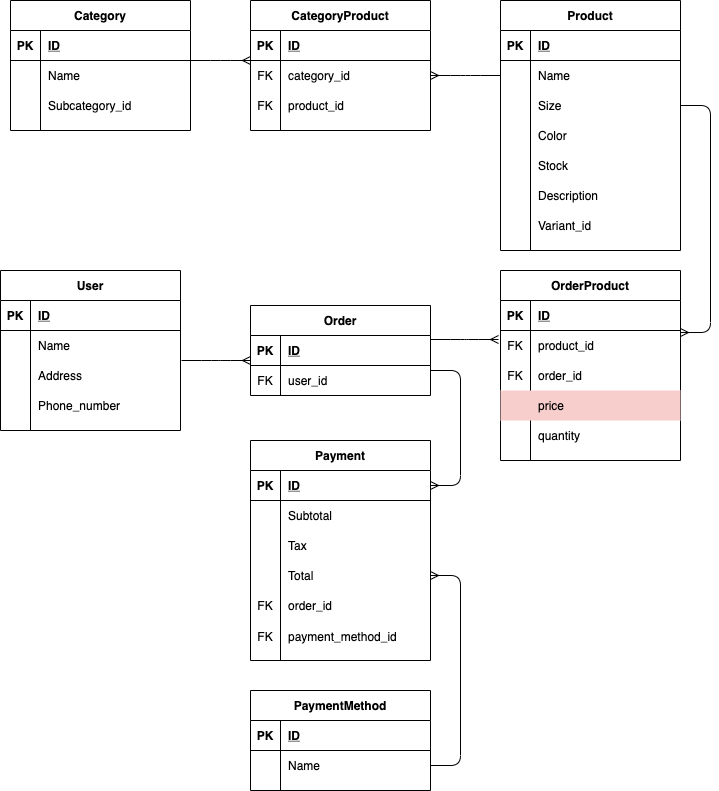
The draw.io diagram Ecommerce.png in fvargasserani/ecommerce, before a commit. Source tidied: cells renumbered, new cells last; positions are measured from the earlier drawing's top-left corner, leaving out a move shared by most shapes.
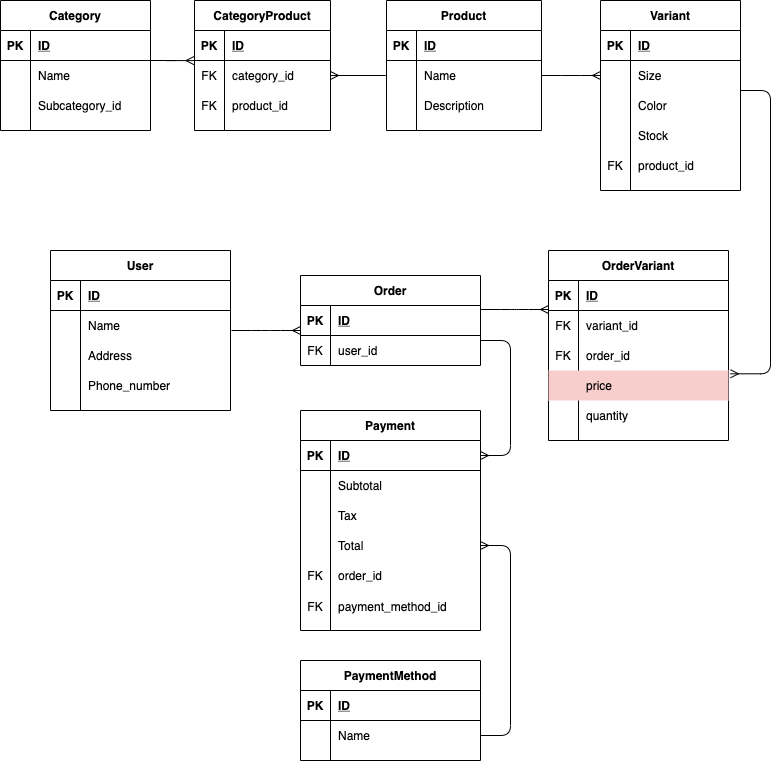
Above is the later version.

What changed in the source:
```diff
@@ -3,130 +3,96 @@
     <mxCell id="0" />
     <mxCell id="1" parent="0" />
     <mxCell id="2" value="Category" style="shape=table;startSize=30;rowLines=0;fontStyle=1;align=center;" parent="1" vertex="1">
-      <mxGeometry x="10" width="180" height="130" as="geometry" />
+      <mxGeometry x="-50" y="30" width="150" height="130" as="geometry" />
     </mxCell>
     <mxCell id="3" style="shape=partialRectangle;fillColor=none;top=0;left=0;bottom=1;right=0;" parent="2" vertex="1">
-      <mxGeometry y="30" width="180" height="30" as="geometry" />
+      <mxGeometry y="30" width="150" height="30" as="geometry" />
     </mxCell>
     <mxCell id="4" value="PK" style="shape=partialRectangle;fillColor=none;top=0;left=0;bottom=0;right=0;fontStyle=1;overflow=hidden;" parent="3" vertex="1">
       <mxGeometry width="30" height="30" as="geometry" />
     </mxCell>
     <mxCell id="5" value="ID" style="shape=partialRectangle;fillColor=none;top=0;left=0;bottom=0;right=0;align=left;spacingLeft=6;fontStyle=5;overflow=hidden;" parent="3" vertex="1">
-      <mxGeometry x="30" width="150" height="30" as="geometry" />
+      <mxGeometry x="30" width="120" height="30" as="geometry" />
     </mxCell>
     <mxCell id="6" style="shape=partialRectangle;fillColor=none;top=0;left=0;bottom=0;right=0;" parent="2" vertex="1">
-      <mxGeometry y="60" width="180" height="30" as="geometry" />
+      <mxGeometry y="60" width="150" height="30" as="geometry" />
     </mxCell>
     <mxCell id="7" style="shape=partialRectangle;fillColor=none;top=0;left=0;bottom=0;right=0;overflow=hidden;" parent="6" vertex="1">
       <mxGeometry width="30" height="30" as="geometry" />
     </mxCell>
     <mxCell id="8" value="Name" style="shape=partialRectangle;fillColor=none;top=0;left=0;bottom=0;right=0;align=left;spacingLeft=6;overflow=hidden;" parent="6" vertex="1">
-      <mxGeometry x="30" width="150" height="30" as="geometry" />
+      <mxGeometry x="30" width="120" height="30" as="geometry" />
     </mxCell>
     <mxCell id="9" value="CategoryProduct" style="shape=table;startSize=30;rowLines=0;fontStyle=1;align=center;" parent="1" vertex="1">
-      <mxGeometry x="250" width="180" height="130" as="geometry" />
+      <mxGeometry x="144" y="30" width="136" height="130" as="geometry" />
     </mxCell>
     <mxCell id="10" style="shape=partialRectangle;fillColor=none;top=0;left=0;bottom=1;right=0;" parent="9" vertex="1">
-      <mxGeometry y="30" width="180" height="30" as="geometry" />
+      <mxGeometry y="30" width="136" height="30" as="geometry" />
     </mxCell>
     <mxCell id="11" value="PK" style="shape=partialRectangle;fillColor=none;top=0;left=0;bottom=0;right=0;fontStyle=1;overflow=hidden;" parent="10" vertex="1">
       <mxGeometry width="30" height="30" as="geometry" />
     </mxCell>
     <mxCell id="12" value="ID" style="shape=partialRectangle;fillColor=none;top=0;left=0;bottom=0;right=0;align=left;spacingLeft=6;fontStyle=5;overflow=hidden;" parent="10" vertex="1">
-      <mxGeometry x="30" width="150" height="30" as="geometry" />
+      <mxGeometry x="30" width="106" height="30" as="geometry" />
     </mxCell>
     <mxCell id="13" style="shape=partialRectangle;fillColor=none;top=0;left=0;bottom=0;right=0;points=[[0,0.5],[1,0.5]];portConstraint=eastwest;" parent="9" vertex="1">
-      <mxGeometry y="60" width="180" height="30" as="geometry" />
+      <mxGeometry y="60" width="136" height="30" as="geometry" />
     </mxCell>
     <mxCell id="14" value="FK" style="shape=partialRectangle;fillColor=none;top=0;left=0;bottom=0;right=0;overflow=hidden;" parent="13" vertex="1">
       <mxGeometry width="30" height="30" as="geometry" />
     </mxCell>
     <mxCell id="15" value="category_id" style="shape=partialRectangle;fillColor=none;top=0;left=0;bottom=0;right=0;align=left;spacingLeft=6;overflow=hidden;" parent="13" vertex="1">
-      <mxGeometry x="30" width="150" height="30" as="geometry" />
+      <mxGeometry x="30" width="106" height="30" as="geometry" />
     </mxCell>
     <mxCell id="16" style="shape=partialRectangle;fillColor=none;top=0;left=0;bottom=0;right=0;" parent="9" vertex="1">
-      <mxGeometry y="90" width="180" height="30" as="geometry" />
+      <mxGeometry y="90" width="136" height="30" as="geometry" />
     </mxCell>
     <mxCell id="17" value="FK" style="shape=partialRectangle;fillColor=none;top=0;left=0;bottom=0;right=0;overflow=hidden;" parent="16" vertex="1">
       <mxGeometry width="30" height="30" as="geometry" />
     </mxCell>
     <mxCell id="18" value="product_id" style="shape=partialRectangle;fillColor=none;top=0;left=0;bottom=0;right=0;align=left;spacingLeft=6;overflow=hidden;" parent="16" vertex="1">
-      <mxGeometry x="30" width="150" height="30" as="geometry" />
+      <mxGeometry x="30" width="106" height="30" as="geometry" />
     </mxCell>
     <mxCell id="19" value="Product" style="shape=table;startSize=30;rowLines=0;fontStyle=1;align=center;" parent="1" vertex="1">
-      <mxGeometry x="500" width="180" height="250" as="geometry" />
+      <mxGeometry x="336" y="30" width="155" height="130" as="geometry" />
     </mxCell>
     <mxCell id="20" style="shape=partialRectangle;fillColor=none;top=0;left=0;bottom=1;right=0;" parent="19" vertex="1">
-      <mxGeometry y="30" width="180" height="30" as="geometry" />
+      <mxGeometry y="30" width="155" height="30" as="geometry" />
     </mxCell>
     <mxCell id="21" value="PK" style="shape=partialRectangle;fillColor=none;top=0;left=0;bottom=0;right=0;fontStyle=1;overflow=hidden;" parent="20" vertex="1">
       <mxGeometry width="30" height="30" as="geometry" />
     </mxCell>
     <mxCell id="22" value="ID" style="shape=partialRectangle;fillColor=none;top=0;left=0;bottom=0;right=0;align=left;spacingLeft=6;fontStyle=5;overflow=hidden;" parent="20" vertex="1">
-      <mxGeometry x="30" width="150" height="30" as="geometry" />
+      <mxGeometry x="30" width="125" height="30" as="geometry" />
     </mxCell>
     <mxCell id="23" style="shape=partialRectangle;fillColor=none;top=0;left=0;bottom=0;right=0;points=[[0,0.5],[1,0.5]];portConstraint=eastwest;" parent="19" vertex="1">
-      <mxGeometry y="60" width="180" height="30" as="geometry" />
+      <mxGeometry y="60" width="155" height="30" as="geometry" />
     </mxCell>
     <mxCell id="24" style="shape=partialRectangle;fillColor=none;top=0;left=0;bottom=0;right=0;overflow=hidden;" parent="23" vertex="1">
       <mxGeometry width="30" height="30" as="geometry" />
     </mxCell>
     <mxCell id="25" value="Name" style="shape=partialRectangle;fillColor=none;top=0;left=0;bottom=0;right=0;align=left;spacingLeft=6;overflow=hidden;" parent="23" vertex="1">
-      <mxGeometry x="30" width="150" height="30" as="geometry" />
+      <mxGeometry x="30" width="125" height="30" as="geometry" />
     </mxCell>
-    <mxCell id="26" style="shape=partialRectangle;fillColor=none;top=0;left=0;bottom=0;right=0;points=[[0,0.5],[1,0.5]];portConstraint=eastwest;" parent="19" vertex="1">
-      <mxGeometry y="90" width="180" height="30" as="geometry" />
-    </mxCell>
-    <mxCell id="27" style="shape=partialRectangle;fillColor=none;top=0;left=0;bottom=0;right=0;overflow=hidden;" parent="26" vertex="1">
-      <mxGeometry width="30" height="30" as="geometry" />
-    </mxCell>
-    <mxCell id="28" value="Size" style="shape=partialRectangle;fillColor=none;top=0;left=0;bottom=0;right=0;align=left;spacingLeft=6;overflow=hidden;" parent="26" vertex="1">
-      <mxGeometry x="30" width="150" height="30" as="geometry" />
-    </mxCell>
-    <mxCell id="29" style="shape=partialRectangle;fillColor=none;top=0;left=0;bottom=0;right=0;" parent="19" vertex="1">
-      <mxGeometry y="120" width="180" height="30" as="geometry" />
-    </mxCell>
-    <mxCell id="30" style="shape=partialRectangle;fillColor=none;top=0;left=0;bottom=0;right=0;overflow=hidden;" parent="29" vertex="1">
-      <mxGeometry width="30" height="30" as="geometry" />
-    </mxCell>
-    <mxCell id="31" value="Color" style="shape=partialRectangle;fillColor=none;top=0;left=0;bottom=0;right=0;align=left;spacingLeft=6;overflow=hidden;" parent="29" vertex="1">
-      <mxGeometry x="30" width="150" height="30" as="geometry" />
-    </mxCell>
-    <mxCell id="32" style="shape=partialRectangle;fillColor=none;top=0;left=0;bottom=0;right=0;" parent="19" vertex="1">
-      <mxGeometry y="150" width="180" height="30" as="geometry" />
-    </mxCell>
-    <mxCell id="33" style="shape=partialRectangle;fillColor=none;top=0;left=0;bottom=0;right=0;overflow=hidden;" parent="32" vertex="1">
-      <mxGeometry width="30" height="30" as="geometry" />
-    </mxCell>
-    <mxCell id="34" value="Stock" style="shape=partialRectangle;fillColor=none;top=0;left=0;bottom=0;right=0;align=left;spacingLeft=6;overflow=hidden;" parent="32" vertex="1">
-      <mxGeometry x="30" width="150" height="30" as="geometry" />
-    </mxCell>
     <mxCell id="35" style="shape=partialRectangle;fillColor=none;top=0;left=0;bottom=0;right=0;" parent="19" vertex="1">
-      <mxGeometry y="180" width="180" height="30" as="geometry" />
+      <mxGeometry y="90" width="155" height="30" as="geometry" />
     </mxCell>
     <mxCell id="36" style="shape=partialRectangle;fillColor=none;top=0;left=0;bottom=0;right=0;overflow=hidden;" parent="35" vertex="1">
       <mxGeometry width="30" height="30" as="geometry" />
     </mxCell>
     <mxCell id="37" value="Description" style="shape=partialRectangle;fillColor=none;top=0;left=0;bottom=0;right=0;align=left;spacingLeft=6;overflow=hidden;" parent="35" vertex="1">
-      <mxGeometry x="30" width="150" height="30" as="geometry" />
+      <mxGeometry x="30" width="125" height="30" as="geometry" />
     </mxCell>
-    <mxCell id="38" style="shape=partialRectangle;fillColor=none;top=0;left=0;bottom=0;right=0;" parent="19" vertex="1">
-      <mxGeometry y="210" width="180" height="30" as="geometry" />
-    </mxCell>
-    <mxCell id="39" style="shape=partialRectangle;fillColor=none;top=0;left=0;bottom=0;right=0;overflow=hidden;" parent="38" vertex="1">
-      <mxGeometry width="30" height="30" as="geometry" />
-    </mxCell>
-    <mxCell id="40" value="Variant_id" style="shape=partialRectangle;fillColor=none;top=0;left=0;bottom=0;right=0;align=left;spacingLeft=6;overflow=hidden;" parent="38" vertex="1">
-      <mxGeometry x="30" width="150" height="30" as="geometry" />
-    </mxCell>
-    <mxCell id="41" style="edgeStyle=entityRelationEdgeStyle;fontSize=12;html=1;endArrow=ERmany;" parent="1" edge="1">
+    <mxCell id="41" style="edgeStyle=entityRelationEdgeStyle;fontSize=12;html=1;endArrow=ERmany;entryX=-0.004;entryY=1.004;entryDx=0;entryDy=0;entryPerimeter=0;" parent="1" edge="1">
       <mxGeometry relative="1" as="geometry">
-        <mxPoint x="190" y="60" as="sourcePoint" />
-        <mxPoint x="250" y="60" as="targetPoint" />
+        <mxPoint x="100" y="90" as="sourcePoint" />
+        <mxPoint x="143.4" y="90.1" as="targetPoint" />
       </mxGeometry>
     </mxCell>
-    <mxCell id="42" style="edgeStyle=entityRelationEdgeStyle;fontSize=12;html=1;endArrow=ERmany;exitX=0;exitY=0.5;exitDx=0;exitDy=0;entryX=1;entryY=0.5;entryDx=0;entryDy=0;" parent="1" edge="1" source="23" target="13">
-      <mxGeometry relative="1" as="geometry" />
+    <mxCell id="42" style="edgeStyle=entityRelationEdgeStyle;fontSize=12;html=1;endArrow=ERmany;entryX=1;entryY=0.5;entryDx=0;entryDy=0;" parent="1" edge="1" target="13">
+      <mxGeometry relative="1" as="geometry">
+        <mxPoint x="310" y="105" as="sourcePoint" />
+      </mxGeometry>
     </mxCell>
     <mxCell id="43" value="Order" style="shape=table;startSize=30;rowLines=0;fontStyle=1;align=center;" parent="1" vertex="1">
       <mxGeometry x="250" y="305" width="180" height="90" as="geometry" />
@@ -149,8 +115,8 @@
     <mxCell id="49" style="shape=partialRectangle;fillColor=none;top=0;left=0;bottom=0;right=0;align=left;spacingLeft=6;overflow=hidden;" parent="47" vertex="1">
       <mxGeometry x="30" width="150" height="30" as="geometry" />
     </mxCell>
-    <mxCell id="50" value="OrderProduct" style="shape=table;startSize=30;rowLines=0;fontStyle=1;align=center;" parent="1" vertex="1">
-      <mxGeometry x="500" y="270" width="180" height="190" as="geometry" />
+    <mxCell id="50" value="OrderVariant" style="shape=table;startSize=30;rowLines=0;fontStyle=1;align=center;" parent="1" vertex="1">
+      <mxGeometry x="498" y="280" width="180" height="190" as="geometry" />
     </mxCell>
     <mxCell id="51" style="shape=partialRectangle;fillColor=none;top=0;left=0;bottom=1;right=0;points=[[0,0.5],[1,0.5]];portConstraint=eastwest;" parent="50" vertex="1">
       <mxGeometry y="30" width="180" height="30" as="geometry" />
@@ -167,7 +133,7 @@
     <mxCell id="55" value="FK" style="shape=partialRectangle;fillColor=none;top=0;left=0;bottom=0;right=0;overflow=hidden;" parent="54" vertex="1">
       <mxGeometry width="30" height="30" as="geometry" />
     </mxCell>
-    <mxCell id="56" value="product_id" style="shape=partialRectangle;fillColor=none;top=0;left=0;bottom=0;right=0;align=left;spacingLeft=6;overflow=hidden;" parent="54" vertex="1">
+    <mxCell id="56" value="variant_id" style="shape=partialRectangle;fillColor=none;top=0;left=0;bottom=0;right=0;align=left;spacingLeft=6;overflow=hidden;" parent="54" vertex="1">
       <mxGeometry x="30" width="150" height="30" as="geometry" />
     </mxCell>
     <mxCell id="57" style="shape=partialRectangle;fillColor=none;top=0;left=0;bottom=0;right=0;" parent="50" vertex="1">
@@ -203,14 +169,16 @@
         <mxPoint x="498" y="339" as="targetPoint" />
       </mxGeometry>
     </mxCell>
-    <mxCell id="67" style="edgeStyle=entityRelationEdgeStyle;fontSize=12;html=1;endArrow=ERmany;exitX=1;exitY=0.5;exitDx=0;exitDy=0;entryX=1;entryY=1.067;entryDx=0;entryDy=0;entryPerimeter=0;" parent="1" edge="1" source="26" target="51">
-      <mxGeometry relative="1" as="geometry" />
+    <mxCell id="67" style="edgeStyle=entityRelationEdgeStyle;fontSize=12;html=1;endArrow=ERmany;exitX=1;exitY=0.5;exitDx=0;exitDy=0;" parent="1" edge="1" source="23">
+      <mxGeometry relative="1" as="geometry">
+        <mxPoint x="550" y="105" as="targetPoint" />
+      </mxGeometry>
     </mxCell>
     <mxCell id="68" value="Subcategory_id" style="shape=partialRectangle;fillColor=none;top=0;left=0;bottom=0;right=0;align=left;spacingLeft=6;overflow=hidden;" parent="1" vertex="1">
-      <mxGeometry x="40" y="90" width="150" height="30" as="geometry" />
+      <mxGeometry x="-20" y="120" width="150" height="30" as="geometry" />
     </mxCell>
     <mxCell id="69" value="User" style="shape=table;startSize=30;rowLines=0;fontStyle=1;align=center;" parent="1" vertex="1">
-      <mxGeometry y="270" width="180" height="160" as="geometry" />
+      <mxGeometry y="280" width="180" height="160" as="geometry" />
     </mxCell>
     <mxCell id="70" style="shape=partialRectangle;fillColor=none;top=0;left=0;bottom=1;right=0;" parent="69" vertex="1">
       <mxGeometry y="30" width="180" height="30" as="geometry" />
@@ -251,8 +219,9 @@
     <mxCell id="82" value="user_id" style="shape=partialRectangle;fillColor=none;top=0;left=0;bottom=0;right=0;align=left;spacingLeft=6;overflow=hidden;" parent="1" vertex="1">
       <mxGeometry x="280" y="365" width="150" height="30" as="geometry" />
     </mxCell>
-    <mxCell id="83" style="edgeStyle=entityRelationEdgeStyle;fontSize=12;html=1;endArrow=ERmany;exitX=1.006;exitY=0;exitDx=0;exitDy=0;exitPerimeter=0;" parent="1" edge="1" source="76">
+    <mxCell id="83" style="edgeStyle=entityRelationEdgeStyle;fontSize=12;html=1;endArrow=ERmany;" parent="1" edge="1">
       <mxGeometry relative="1" as="geometry">
+        <mxPoint x="181" y="360" as="sourcePoint" />
         <mxPoint x="250" y="360" as="targetPoint" />
       </mxGeometry>
     </mxCell>
@@ -336,5 +305,55 @@
     <mxCell id="109" value="FK" style="shape=partialRectangle;fillColor=none;top=0;left=0;bottom=0;right=0;overflow=hidden;" parent="1" vertex="1">
       <mxGeometry x="250" y="621" width="30" height="30" as="geometry" />
     </mxCell>
+    <mxCell id="110" value="Variant" style="shape=table;startSize=30;rowLines=0;fontStyle=1;align=center;" parent="1" vertex="1">
+      <mxGeometry x="550" y="30" width="140" height="190" as="geometry" />
+    </mxCell>
+    <mxCell id="111" style="shape=partialRectangle;fillColor=none;top=0;left=0;bottom=1;right=0;" parent="110" vertex="1">
+      <mxGeometry y="30" width="140" height="30" as="geometry" />
+    </mxCell>
+    <mxCell id="112" value="PK" style="shape=partialRectangle;fillColor=none;top=0;left=0;bottom=0;right=0;fontStyle=1;overflow=hidden;" parent="111" vertex="1">
+      <mxGeometry width="30" height="30" as="geometry" />
+    </mxCell>
+    <mxCell id="113" value="ID" style="shape=partialRectangle;fillColor=none;top=0;left=0;bottom=0;right=0;align=left;spacingLeft=6;fontStyle=5;overflow=hidden;" parent="111" vertex="1">
+      <mxGeometry x="30" width="110" height="30" as="geometry" />
+    </mxCell>
+    <mxCell id="114" style="shape=partialRectangle;fillColor=none;top=0;left=0;bottom=0;right=0;" parent="110" vertex="1">
+      <mxGeometry y="60" width="140" height="30" as="geometry" />
+    </mxCell>
+    <mxCell id="115" style="shape=partialRectangle;fillColor=none;top=0;left=0;bottom=0;right=0;overflow=hidden;" parent="114" vertex="1">
+      <mxGeometry width="30" height="30" as="geometry" />
+    </mxCell>
+    <mxCell id="28" value="Size" style="shape=partialRectangle;fillColor=none;top=0;left=0;bottom=0;right=0;align=left;spacingLeft=6;overflow=hidden;" parent="114" vertex="1">
+      <mxGeometry x="30" width="110" height="30" as="geometry" />
+    </mxCell>
+    <mxCell id="116" style="shape=partialRectangle;fillColor=none;top=0;left=0;bottom=0;right=0;" parent="110" vertex="1">
+      <mxGeometry y="90" width="140" height="30" as="geometry" />
+    </mxCell>
+    <mxCell id="117" style="shape=partialRectangle;fillColor=none;top=0;left=0;bottom=0;right=0;overflow=hidden;" parent="116" vertex="1">
+      <mxGeometry width="30" height="30" as="geometry" />
+    </mxCell>
+    <mxCell id="31" value="Color" style="shape=partialRectangle;fillColor=none;top=0;left=0;bottom=0;right=0;align=left;spacingLeft=6;overflow=hidden;" parent="116" vertex="1">
+      <mxGeometry x="30" width="110" height="30" as="geometry" />
+    </mxCell>
+    <mxCell id="118" style="shape=partialRectangle;fillColor=none;top=0;left=0;bottom=0;right=0;" parent="110" vertex="1">
+      <mxGeometry y="120" width="140" height="30" as="geometry" />
+    </mxCell>
+    <mxCell id="119" style="shape=partialRectangle;fillColor=none;top=0;left=0;bottom=0;right=0;overflow=hidden;" parent="118" vertex="1">
+      <mxGeometry width="30" height="30" as="geometry" />
+    </mxCell>
+    <mxCell id="34" value="Stock" style="shape=partialRectangle;fillColor=none;top=0;left=0;bottom=0;right=0;align=left;spacingLeft=6;overflow=hidden;" parent="118" vertex="1">
+      <mxGeometry x="30" width="110" height="30" as="geometry" />
+    </mxCell>
+    <mxCell id="120" value="product_id" style="shape=partialRectangle;fillColor=none;top=0;left=0;bottom=0;right=0;align=left;spacingLeft=6;overflow=hidden;" parent="1" vertex="1">
+      <mxGeometry x="580" y="180" width="110" height="30" as="geometry" />
+    </mxCell>
+    <mxCell id="121" value="FK" style="shape=partialRectangle;fillColor=none;top=0;left=0;bottom=0;right=0;overflow=hidden;" parent="1" vertex="1">
+      <mxGeometry x="550" y="180" width="30" height="30" as="geometry" />
+    </mxCell>
+    <mxCell id="122" style="edgeStyle=entityRelationEdgeStyle;fontSize=12;html=1;endArrow=ERmany;entryX=1.011;entryY=0.11;entryDx=0;entryDy=0;entryPerimeter=0;" parent="1" edge="1" target="60">
+      <mxGeometry relative="1" as="geometry">
+        <mxPoint x="690" y="120" as="sourcePoint" />
+      </mxGeometry>
+    </mxCell>
   </root>
 </mxGraphModel>
```
